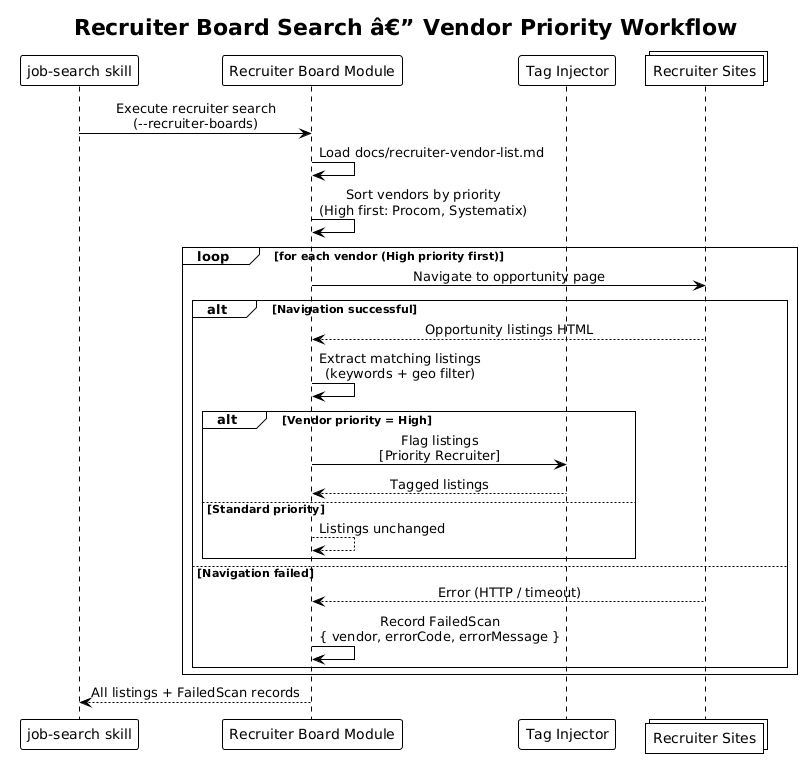
Before: docs/detailed-designs/05-job-search-and-discovery/diagrams/sequence_recruiter_search.png, a diagram exported from PlantUML (QuinntyneBrown/Orbit).
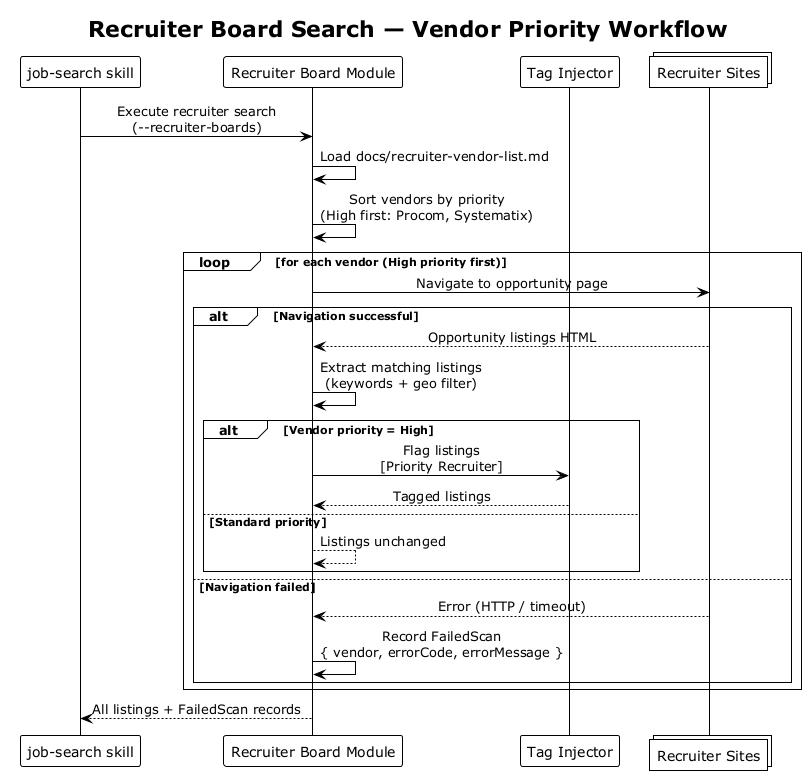
The same file after the commit.

The edit, as a diff of the source:
```diff
@@ -1,8 +1,8 @@
-@startuml
+@startuml sequence_recruiter_search
 !theme plain
 skinparam sequenceMessageAlign center
 
-title Recruiter Board Search â€” Vendor Priority Workflow
+title Recruiter Board Search — Vendor Priority Workflow
 
 participant "job-search skill" as skill
 participant "Recruiter Board Module" as recruiter
@@ -29,4 +29,5 @@
     end
 end
 recruiter --> skill : All listings + FailedScan records
+
 @enduml
```
